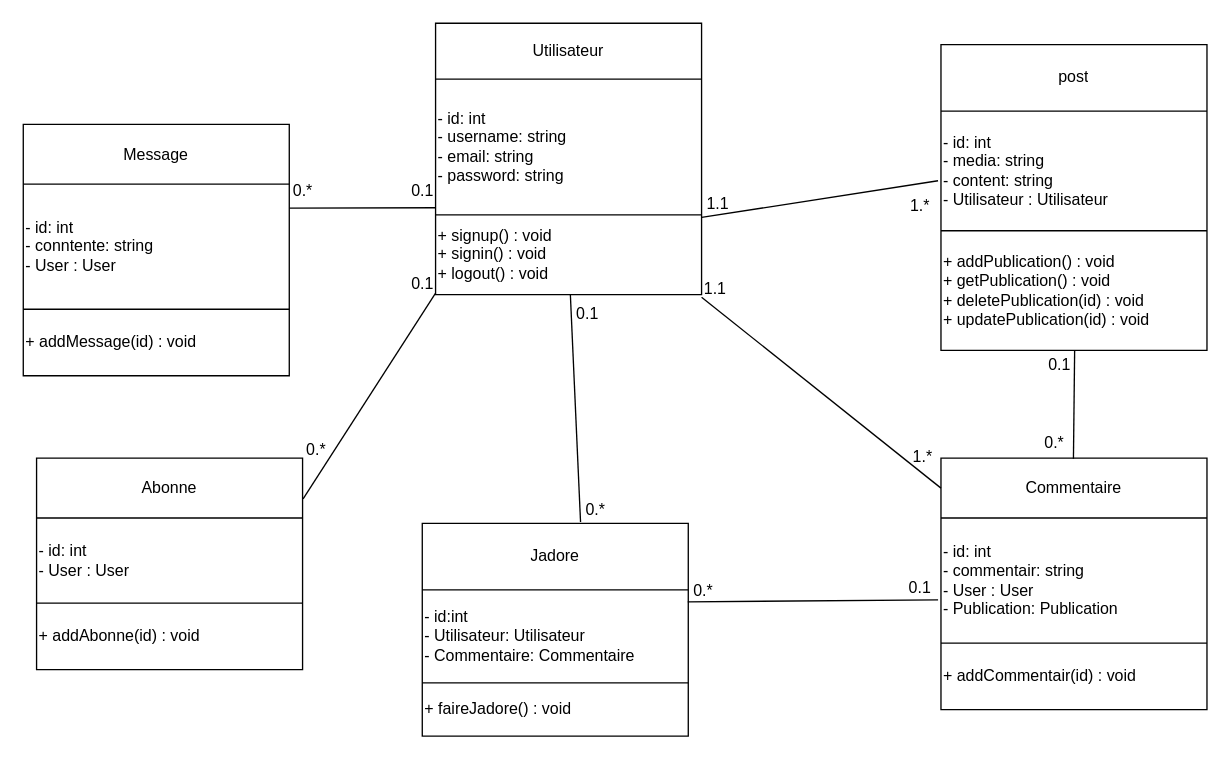
The draw.io diagram conception/diagrammeDeClass.drawio in k-zakaria/youconnecte, before the edit. Source tidied: cells renumbered, new cells numbered last; positions are measured from the earlier drawing's top-left corner, leaving out a move shared by most shapes. Both pictures are drawn from the tidied source at 133%, with x=0, y=0 at pixel (23, 23).
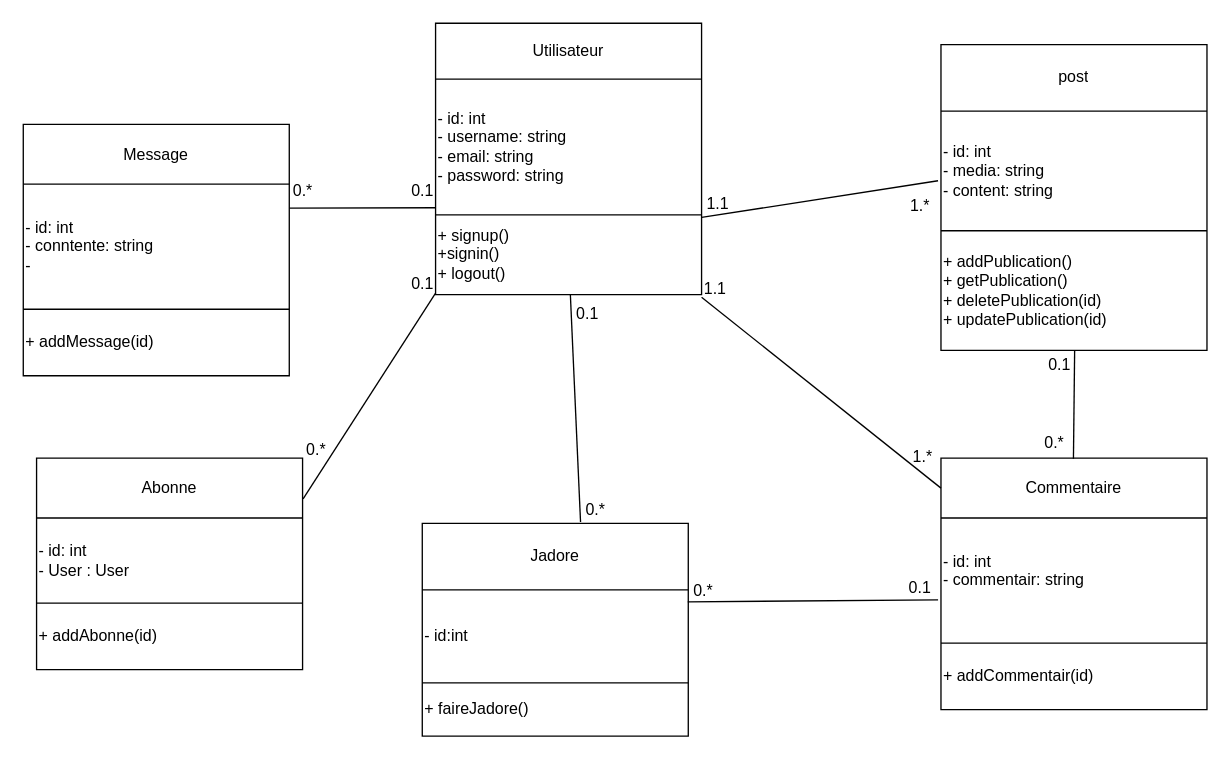
The same page after the edit.

Unchanged cells that the change refers to:
```xml
<mxCell id="7" style="shape=tableRow;horizontal=0;startSize=0;swimlaneHead=0;swimlaneBody=0;top=0;left=0;bottom=0;right=0;fillColor=none;points=[[0,0.5],[1,0.5]];portConstraint=eastwest;" parent="2" vertex="1">
  <mxGeometry y="144" width="200" height="60" as="geometry" />
</mxCell>
<mxCell id="12" style="shape=tableRow;horizontal=0;startSize=0;swimlaneHead=0;swimlaneBody=0;top=0;left=0;bottom=0;right=0;fillColor=none;points=[[0,0.5],[1,0.5]];portConstraint=eastwest;" parent="9" vertex="1">
  <mxGeometry y="45" width="200" height="94" as="geometry" />
</mxCell>
<mxCell id="14" style="shape=tableRow;horizontal=0;startSize=0;swimlaneHead=0;swimlaneBody=0;top=0;left=0;bottom=0;right=0;fillColor=none;" parent="9" vertex="1">
  <mxGeometry y="139" width="200" height="50" as="geometry" />
</mxCell>
<mxCell id="19" style="shape=tableRow;horizontal=0;startSize=0;swimlaneHead=0;swimlaneBody=0;top=0;left=0;bottom=0;right=0;fillColor=none;points=[[0,0.5],[1,0.5]];portConstraint=eastwest;" parent="16" vertex="1">
  <mxGeometry y="50" width="200" height="90" as="geometry" />
</mxCell>
<mxCell id="21" style="shape=tableRow;horizontal=0;startSize=0;swimlaneHead=0;swimlaneBody=0;top=0;left=0;bottom=0;right=0;fillColor=none;" parent="16" vertex="1">
  <mxGeometry y="140" width="200" height="90" as="geometry" />
</mxCell>
<mxCell id="26" style="shape=tableRow;horizontal=0;startSize=0;swimlaneHead=0;swimlaneBody=0;top=0;left=0;bottom=0;right=0;fillColor=none;points=[[0,0.5],[1,0.5]];portConstraint=eastwest;" parent="23" vertex="1">
  <mxGeometry y="50" width="200" height="70" as="geometry" />
</mxCell>
<mxCell id="28" style="shape=tableRow;horizontal=0;startSize=0;swimlaneHead=0;swimlaneBody=0;top=0;left=0;bottom=0;right=0;fillColor=none;" parent="23" vertex="1">
  <mxGeometry y="120" width="200" height="40" as="geometry" />
</mxCell>
<mxCell id="48" style="shape=tableRow;horizontal=0;startSize=0;swimlaneHead=0;swimlaneBody=0;top=0;left=0;bottom=0;right=0;fillColor=none;" parent="45" vertex="1">
  <mxGeometry y="45" width="200" height="94" as="geometry" />
</mxCell>
<mxCell id="50" style="shape=tableRow;horizontal=0;startSize=0;swimlaneHead=0;swimlaneBody=0;top=0;left=0;bottom=0;right=0;fillColor=none;" parent="45" vertex="1">
  <mxGeometry y="139" width="200" height="50" as="geometry" />
</mxCell>
<mxCell id="60" style="shape=tableRow;horizontal=0;startSize=0;swimlaneHead=0;swimlaneBody=0;top=0;left=0;bottom=0;right=0;fillColor=none;" parent="55" vertex="1">
  <mxGeometry y="109" width="200" height="50" as="geometry" />
</mxCell>
```

The edit, as a diff of the source:
```diff
@@
-    <mxCell id="8" value="+&amp;nbsp;&lt;span style=&quot;&quot;&gt;signup&lt;/span&gt;&lt;span style=&quot;&quot;&gt;() : void&lt;/span&gt;&lt;br style=&quot;&quot;&gt;&lt;span style=&quot;&quot;&gt;+ signin&lt;/span&gt;&lt;span style=&quot;&quot;&gt;() : void&lt;br&gt;+ logout() : void&lt;/span&gt;" style="shape=partialRectangle;html=1;whiteSpace=wrap;overflow=hidden;fillColor=none;top=0;left=0;bottom=0;right=0;align=left;" parent="7" vertex="1">
+    <mxCell id="8" value="+&amp;nbsp;&lt;span style=&quot;&quot;&gt;signup&lt;/span&gt;&lt;span style=&quot;&quot;&gt;()&amp;nbsp;&lt;/span&gt;&lt;br style=&quot;&quot;&gt;&lt;span style=&quot;&quot;&gt;+signin&lt;/span&gt;&lt;span style=&quot;&quot;&gt;()&amp;nbsp;&lt;br&gt;+ logout()&amp;nbsp;&lt;/span&gt;" style="shape=partialRectangle;html=1;whiteSpace=wrap;overflow=hidden;fillColor=none;top=0;left=0;bottom=0;right=0;align=left;" parent="7" vertex="1">
       <mxGeometry width="200" height="60" as="geometry" />
     </mxCell>
@@
-    <mxCell id="13" value="&lt;div style=&quot;&quot;&gt;&lt;span style=&quot;background-color: initial;&quot;&gt;- id: int&lt;/span&gt;&lt;/div&gt;&lt;span style=&quot;&quot;&gt;&lt;div style=&quot;&quot;&gt;&lt;span style=&quot;background-color: initial;&quot;&gt;- commentair: string&lt;/span&gt;&lt;br&gt;&lt;/div&gt;&lt;/span&gt;&lt;span style=&quot;&quot;&gt;&lt;div style=&quot;&quot;&gt;- User : User&lt;span style=&quot;background-color: initial;&quot;&gt;&lt;br&gt;&lt;/span&gt;&lt;/div&gt;&lt;div style=&quot;&quot;&gt;- Publication: Publication&lt;/div&gt;&lt;/span&gt;" style="shape=partialRectangle;html=1;whiteSpace=wrap;overflow=hidden;fillColor=none;top=0;left=0;bottom=0;right=0;align=left;" parent="12" vertex="1">
+    <mxCell id="13" value="&lt;div style=&quot;&quot;&gt;&lt;span style=&quot;background-color: initial;&quot;&gt;- id: int&lt;/span&gt;&lt;/div&gt;&lt;span style=&quot;&quot;&gt;&lt;div style=&quot;&quot;&gt;&lt;span style=&quot;background-color: initial;&quot;&gt;- commentair: string&lt;/span&gt;&lt;br&gt;&lt;/div&gt;&lt;/span&gt;&lt;span style=&quot;&quot;&gt;&lt;div style=&quot;&quot;&gt;&lt;br&gt;&lt;/div&gt;&lt;/span&gt;" style="shape=partialRectangle;html=1;whiteSpace=wrap;overflow=hidden;fillColor=none;top=0;left=0;bottom=0;right=0;align=left;" parent="12" vertex="1">
       <mxGeometry width="200" height="94" as="geometry" />
     </mxCell>
@@
-    <mxCell id="15" value="&lt;span style=&quot;&quot;&gt;+ addCommentair&lt;/span&gt;&lt;span style=&quot;&quot;&gt;(id) : void&lt;/span&gt;" style="shape=partialRectangle;html=1;whiteSpace=wrap;overflow=hidden;fillColor=none;top=0;left=0;bottom=0;right=0;align=left;" parent="14" vertex="1">
+    <mxCell id="15" value="&lt;span style=&quot;&quot;&gt;+ addCommentair&lt;/span&gt;&lt;span style=&quot;&quot;&gt;(id)&amp;nbsp;&lt;/span&gt;" style="shape=partialRectangle;html=1;whiteSpace=wrap;overflow=hidden;fillColor=none;top=0;left=0;bottom=0;right=0;align=left;" parent="14" vertex="1">
       <mxGeometry width="200" height="50" as="geometry" />
     </mxCell>
@@
-    <mxCell id="20" value="- id: int&amp;nbsp;&lt;br&gt;- media: string&lt;br&gt;- content: string&lt;br&gt;- Utilisateur : Utilisateur&amp;nbsp;" style="shape=partialRectangle;html=1;whiteSpace=wrap;overflow=hidden;fillColor=none;top=0;left=0;bottom=0;right=0;align=left;" parent="19" vertex="1">
+    <mxCell id="20" value="- id: int&amp;nbsp;&lt;br&gt;- media: string&lt;br&gt;- content: string&lt;br&gt;" style="shape=partialRectangle;html=1;whiteSpace=wrap;overflow=hidden;fillColor=none;top=0;left=0;bottom=0;right=0;align=left;" parent="19" vertex="1">
       <mxGeometry width="200" height="90" as="geometry" />
     </mxCell>
@@
-    <mxCell id="22" value="+ addPublication() : void&lt;br&gt;+ getPublication() : void&lt;br&gt;+ deletePublication(id) : void&lt;br&gt;+ updatePublication(id) : void" style="shape=partialRectangle;html=1;whiteSpace=wrap;overflow=hidden;fillColor=none;top=0;left=0;bottom=0;right=0;align=left;" parent="21" vertex="1">
+    <mxCell id="22" value="+ addPublication()&lt;br&gt;+ getPublication()&lt;br&gt;+ deletePublication(id)&amp;nbsp;&lt;br&gt;+ updatePublication(id)&amp;nbsp;" style="shape=partialRectangle;html=1;whiteSpace=wrap;overflow=hidden;fillColor=none;top=0;left=0;bottom=0;right=0;align=left;" parent="21" vertex="1">
       <mxGeometry width="200" height="90" as="geometry" />
     </mxCell>
@@
-    <mxCell id="27" value="- id:int&lt;br&gt;- Utilisateur: Utilisateur&lt;br&gt;- Commentaire: Commentaire" style="shape=partialRectangle;html=1;whiteSpace=wrap;overflow=hidden;fillColor=none;top=0;left=0;bottom=0;right=0;align=left;" parent="26" vertex="1">
+    <mxCell id="27" value="- id:int&lt;br&gt;" style="shape=partialRectangle;html=1;whiteSpace=wrap;overflow=hidden;fillColor=none;top=0;left=0;bottom=0;right=0;align=left;" parent="26" vertex="1">
       <mxGeometry width="200" height="70" as="geometry" />
     </mxCell>
@@
-    <mxCell id="29" value="+ faireJadore() : void" style="shape=partialRectangle;html=1;whiteSpace=wrap;overflow=hidden;fillColor=none;top=0;left=0;bottom=0;right=0;align=left;" parent="28" vertex="1">
+    <mxCell id="29" value="+ faireJadore()" style="shape=partialRectangle;html=1;whiteSpace=wrap;overflow=hidden;fillColor=none;top=0;left=0;bottom=0;right=0;align=left;" parent="28" vertex="1">
       <mxGeometry width="200" height="40" as="geometry" />
     </mxCell>
@@
-    <mxCell id="49" value="&lt;div style=&quot;&quot;&gt;&lt;span style=&quot;background-color: initial;&quot;&gt;- id: int&lt;/span&gt;&lt;/div&gt;&lt;span style=&quot;&quot;&gt;&lt;div style=&quot;&quot;&gt;&lt;span style=&quot;background-color: initial;&quot;&gt;- conntente: string&lt;/span&gt;&lt;br&gt;&lt;/div&gt;&lt;/span&gt;&lt;span style=&quot;&quot;&gt;&lt;div style=&quot;&quot;&gt;&lt;span style=&quot;background-color: initial;&quot;&gt;- User : User&lt;/span&gt;&lt;br&gt;&lt;/div&gt;&lt;/span&gt;" style="shape=partialRectangle;html=1;whiteSpace=wrap;overflow=hidden;fillColor=none;top=0;left=0;bottom=0;right=0;align=left;" parent="48" vertex="1">
+    <mxCell id="49" value="&lt;div style=&quot;&quot;&gt;&lt;span style=&quot;background-color: initial;&quot;&gt;- id: int&lt;/span&gt;&lt;/div&gt;&lt;span style=&quot;&quot;&gt;&lt;div style=&quot;&quot;&gt;&lt;span style=&quot;background-color: initial;&quot;&gt;- conntente: string&lt;/span&gt;&lt;br&gt;&lt;/div&gt;&lt;/span&gt;&lt;span style=&quot;&quot;&gt;&lt;div style=&quot;&quot;&gt;&lt;span style=&quot;background-color: initial;&quot;&gt;-&lt;/span&gt;&lt;br&gt;&lt;/div&gt;&lt;/span&gt;" style="shape=partialRectangle;html=1;whiteSpace=wrap;overflow=hidden;fillColor=none;top=0;left=0;bottom=0;right=0;align=left;" parent="48" vertex="1">
       <mxGeometry width="200" height="94" as="geometry" />
     </mxCell>
@@
-    <mxCell id="51" value="&lt;span style=&quot;&quot;&gt;+ addMessage&lt;/span&gt;&lt;span style=&quot;&quot;&gt;(id) : void&lt;/span&gt;" style="shape=partialRectangle;html=1;whiteSpace=wrap;overflow=hidden;fillColor=none;top=0;left=0;bottom=0;right=0;align=left;" parent="50" vertex="1">
+    <mxCell id="51" value="&lt;span style=&quot;&quot;&gt;+ addMessage&lt;/span&gt;&lt;span style=&quot;&quot;&gt;(id)&amp;nbsp;&lt;/span&gt;" style="shape=partialRectangle;html=1;whiteSpace=wrap;overflow=hidden;fillColor=none;top=0;left=0;bottom=0;right=0;align=left;" parent="50" vertex="1">
       <mxGeometry width="200" height="50" as="geometry" />
     </mxCell>
@@
-    <mxCell id="61" value="&lt;span style=&quot;&quot;&gt;+ addAbonne&lt;/span&gt;&lt;span style=&quot;&quot;&gt;(id) : void&lt;/span&gt;" style="shape=partialRectangle;html=1;whiteSpace=wrap;overflow=hidden;fillColor=none;top=0;left=0;bottom=0;right=0;align=left;" parent="60" vertex="1">
+    <mxCell id="61" value="&lt;span style=&quot;&quot;&gt;+ addAbonne&lt;/span&gt;&lt;span style=&quot;&quot;&gt;(id)&amp;nbsp;&lt;/span&gt;" style="shape=partialRectangle;html=1;whiteSpace=wrap;overflow=hidden;fillColor=none;top=0;left=0;bottom=0;right=0;align=left;" parent="60" vertex="1">
       <mxGeometry width="200" height="50" as="geometry" />
     </mxCell>
```
